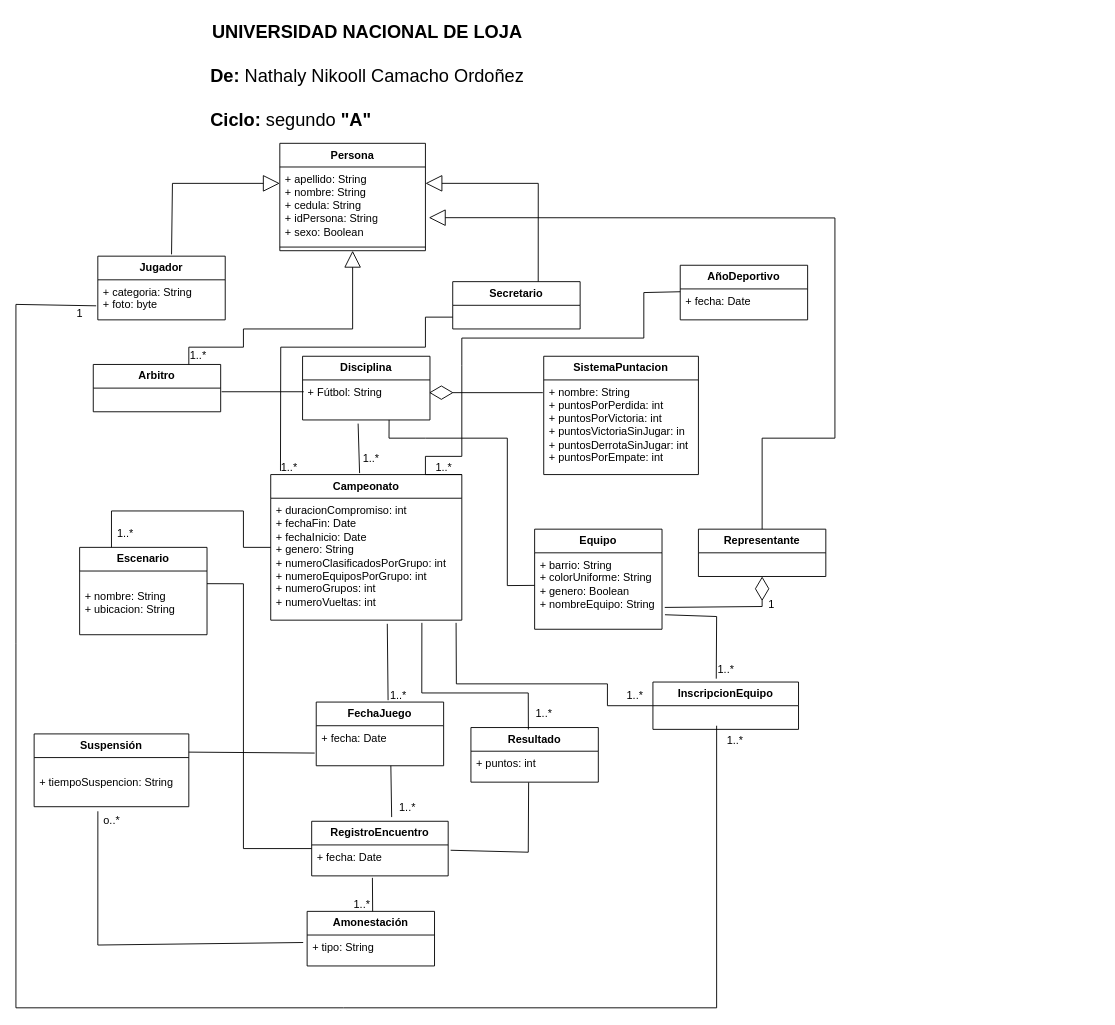
This is Deportes_POO.drawio from Nikooll/Deportes_POO, a draw.io file, before an edit. Source tidied: cells renumbered, new cells numbered last; positions are measured from the earlier drawing's top-left corner, leaving out a move shared by most shapes. Both pictures are drawn from the tidied source at 91%, with x=0, y=0 at pixel (15, 15).
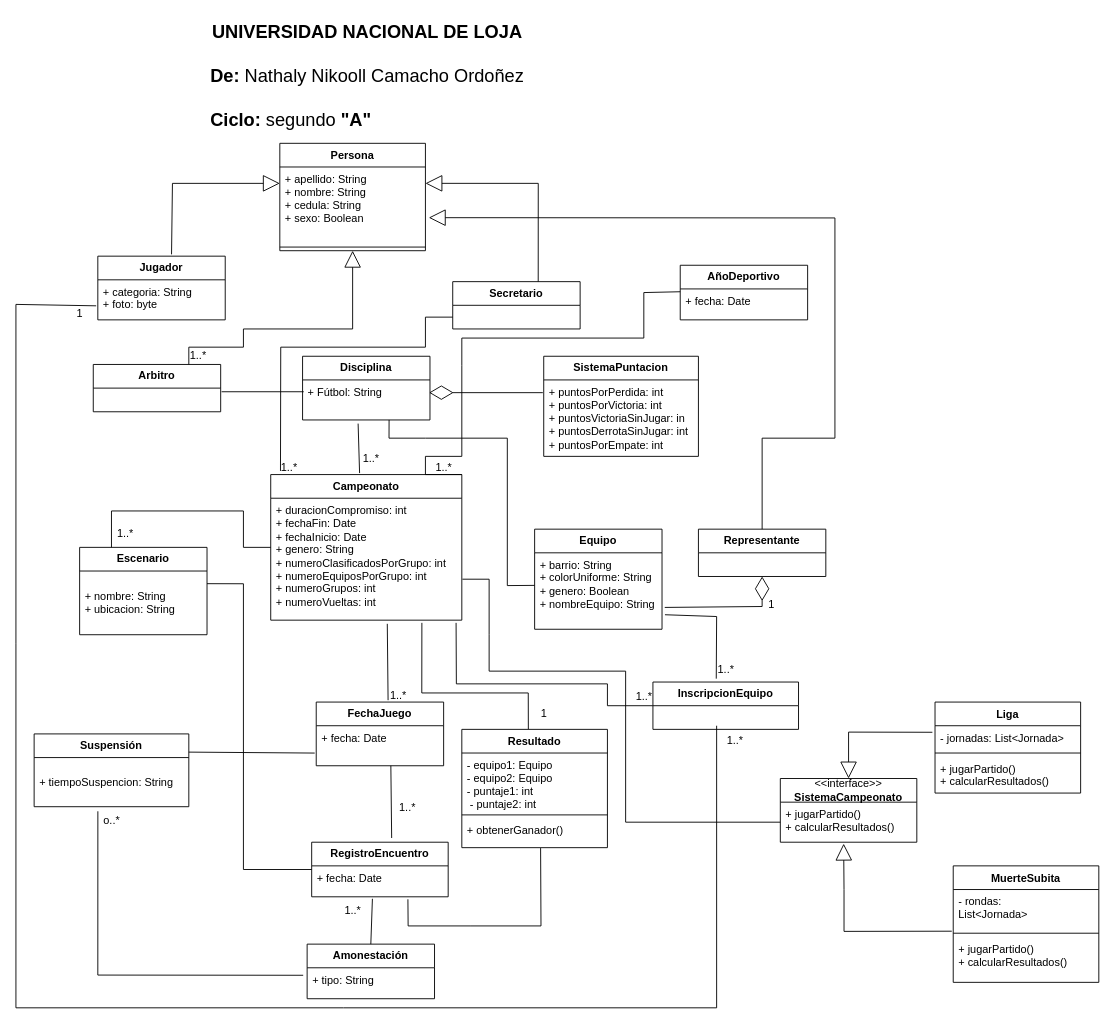
The same page after the edit.

Unchanged cells that the change refers to:
```xml
<mxCell id="2" value="Persona" style="swimlane;fontStyle=1;align=center;verticalAlign=top;horizontal=1;startSize=26;whiteSpace=wrap;html=1;" parent="1" vertex="1">
  <mxGeometry x="290" y="140" width="160" height="118" as="geometry" />
</mxCell>
<mxCell id="18" value="+ duracionCompromiso: int&lt;br&gt;+ fechaFin: Date&lt;br&gt;+ fechaInicio: Date&lt;br&gt;+ genero: String&lt;br&gt;+ numeroClasificadosPorGrupo: int&lt;br&gt;+ numeroEquiposPorGrupo: int&lt;br&gt;+ numeroGrupos: int&lt;br&gt;&lt;div&gt;+ numeroVueltas: int&lt;/div&gt;" style="text;strokeColor=none;fillColor=none;align=left;verticalAlign=top;spacingLeft=4;spacingRight=4;overflow=hidden;points=[[0,0.5],[1,0.5]];portConstraint=eastwest;whiteSpace=wrap;html=1;" parent="17" vertex="1">
  <mxGeometry y="26" width="210" height="134" as="geometry" />
</mxCell>
<mxCell id="40" value="+ fecha: Date " style="text;strokeColor=none;fillColor=none;align=left;verticalAlign=top;spacingLeft=4;spacingRight=4;overflow=hidden;points=[[0,0.5],[1,0.5]];portConstraint=eastwest;whiteSpace=wrap;html=1;" parent="39" vertex="1">
  <mxGeometry y="26" width="150" height="34" as="geometry" />
</mxCell>
<mxCell id="49" value="+ tipo: String" style="text;strokeColor=none;fillColor=none;align=left;verticalAlign=top;spacingLeft=4;spacingRight=4;overflow=hidden;points=[[0,0.5],[1,0.5]];portConstraint=eastwest;whiteSpace=wrap;html=1;" parent="48" vertex="1">
  <mxGeometry y="26" width="140" height="34" as="geometry" />
</mxCell>
<mxCell id="53" value="&lt;br&gt;+ tiempoSuspencion: String" style="text;strokeColor=none;fillColor=none;align=left;verticalAlign=top;spacingLeft=4;spacingRight=4;overflow=hidden;points=[[0,0.5],[1,0.5]];portConstraint=eastwest;whiteSpace=wrap;html=1;" parent="52" vertex="1">
  <mxGeometry y="26" width="170" height="54" as="geometry" />
</mxCell>
```

Diff of the diagram source:
```diff
@@
-    <mxCell id="3" value="&lt;div&gt;+ apellido: String&lt;/div&gt;&lt;div&gt;+ nombre: String&lt;/div&gt;+ cedula: String&lt;br&gt;+ idPersona: String&lt;br&gt;+ sexo: Boolean" style="text;strokeColor=none;fillColor=none;align=left;verticalAlign=top;spacingLeft=4;spacingRight=4;overflow=hidden;points=[[0,0.5],[1,0.5]];portConstraint=eastwest;whiteSpace=wrap;html=1;" parent="2" vertex="1">
+    <mxCell id="3" value="&lt;div&gt;+ apellido: String&lt;/div&gt;&lt;div&gt;+ nombre: String&lt;/div&gt;+ cedula: String&lt;br&gt;+ sexo: Boolean" style="text;strokeColor=none;fillColor=none;align=left;verticalAlign=top;spacingLeft=4;spacingRight=4;overflow=hidden;points=[[0,0.5],[1,0.5]];portConstraint=eastwest;whiteSpace=wrap;html=1;" parent="2" vertex="1">
       <mxGeometry y="26" width="160" height="84" as="geometry" />
     </mxCell>
@@
     <mxCell id="13" value="&lt;b&gt;SistemaPuntacion&lt;/b&gt;" style="swimlane;fontStyle=0;horizontal=1;startSize=26;fillColor=none;whiteSpace=wrap;html=1;" parent="1" vertex="1">
-      <mxGeometry x="580" y="374" width="170" height="130" as="geometry" />
+      <mxGeometry x="580" y="374" width="170" height="110" as="geometry" />
     </mxCell>
-    <mxCell id="14" value="+ nombre: String&lt;br&gt;+ puntosPorPerdida: int&lt;br&gt;+ puntosPorVictoria: int&lt;br&gt;&lt;div&gt;+ puntosVictoriaSinJugar: in&lt;/div&gt;&lt;div&gt;+ puntosDerrotaSinJugar: int&lt;br&gt;+ puntosPorEmpate: int&lt;/div&gt;" style="text;strokeColor=none;fillColor=none;align=left;verticalAlign=top;spacingLeft=4;spacingRight=4;overflow=hidden;whiteSpace=wrap;html=1;" parent="13" vertex="1">
-      <mxGeometry y="26" width="170" height="104" as="geometry" />
+    <mxCell id="14" value="+ puntosPorPerdida: int&lt;br&gt;+ puntosPorVictoria: int&lt;br&gt;&lt;div&gt;+ puntosVictoriaSinJugar: in&lt;/div&gt;&lt;div&gt;+ puntosDerrotaSinJugar: int&lt;br&gt;+ puntosPorEmpate: int&lt;/div&gt;" style="text;strokeColor=none;fillColor=none;align=left;verticalAlign=top;spacingLeft=4;spacingRight=4;overflow=hidden;whiteSpace=wrap;html=1;" parent="13" vertex="1">
+      <mxGeometry y="26" width="170" height="84" as="geometry" />
     </mxCell>
@@
-    <mxCell id="28" value="&lt;b&gt;Resultado&lt;/b&gt;" style="swimlane;fontStyle=0;horizontal=1;startSize=26;fillColor=none;whiteSpace=wrap;html=1;" parent="1" vertex="1">
-      <mxGeometry x="500" y="782" width="140" height="60" as="geometry" />
-    </mxCell>
-    <mxCell id="29" value="&lt;div&gt;+ puntos: int&lt;/div&gt;" style="text;strokeColor=none;fillColor=none;align=left;verticalAlign=top;spacingLeft=4;spacingRight=4;overflow=hidden;points=[[0,0.5],[1,0.5]];portConstraint=eastwest;whiteSpace=wrap;html=1;" parent="28" vertex="1">
-      <mxGeometry y="26" width="140" height="34" as="geometry" />
-    </mxCell>
-    <mxCell id="30" style="endArrow=none;html=1;rounded=0;exitX=0.451;exitY=0.036;exitDx=0;exitDy=0;exitPerimeter=0;entryX=0.791;entryY=1.022;entryDx=0;entryDy=0;entryPerimeter=0;" parent="1" edge="1" source="28" target="18">
+    <mxCell id="30" style="endArrow=none;html=1;rounded=0;exitX=0.451;exitY=0.036;exitDx=0;exitDy=0;exitPerimeter=0;entryX=0.791;entryY=1.022;entryDx=0;entryDy=0;entryPerimeter=0;" parent="1" edge="1" target="18">
       <mxGeometry relative="1" as="geometry">
+        <mxPoint x="563.1" y="784.2" as="sourcePoint" />
         <Array as="points">
           <mxPoint x="563" y="744" />
           <mxPoint x="446" y="744" />
         </Array>
       </mxGeometry>
     </mxCell>
-    <mxCell id="31" value="1..*" style="text;html=1;align=center;verticalAlign=middle;strokeColor=none;fillColor=none;" parent="1" vertex="1">
-      <mxGeometry x="560" y="752" width="40" height="30" as="geometry" />
+    <mxCell id="31" value="1" style="text;html=1;align=center;verticalAlign=middle;strokeColor=none;fillColor=none;" parent="1" vertex="1">
+      <mxGeometry x="565" y="752" width="30" height="30" as="geometry" />
     </mxCell>
@@
     <mxCell id="34" value="1..*" style="text;html=1;align=center;verticalAlign=middle;strokeColor=none;fillColor=none;" parent="1" vertex="1">
-      <mxGeometry x="660" y="732" width="40" height="30" as="geometry" />
+      <mxGeometry x="670" y="733" width="40" height="30" as="geometry" />
     </mxCell>
@@
     <mxCell id="39" value="&lt;b&gt;RegistroEncuentro&lt;/b&gt;" style="swimlane;fontStyle=0;horizontal=1;startSize=26;fillColor=none;whiteSpace=wrap;html=1;" parent="1" vertex="1">
-      <mxGeometry x="325" y="885" width="150" height="60" as="geometry" />
+      <mxGeometry x="325" y="908" width="150" height="60" as="geometry" />
     </mxCell>
@@
     <mxCell id="47" style="endArrow=none;html=1;rounded=0;exitX=1.023;exitY=0.215;exitDx=0;exitDy=0;exitPerimeter=0;entryX=0;entryY=0.5;entryDx=0;entryDy=0;" parent="1" edge="1" target="39">
       <mxGeometry relative="1" as="geometry">
         <mxPoint x="210" y="623.9" as="sourcePoint" />
         <Array as="points">
           <mxPoint x="250" y="624" />
-          <mxPoint x="250" y="915" />
+          <mxPoint x="250" y="938" />
         </Array>
       </mxGeometry>
     </mxCell>
     <mxCell id="48" value="&lt;b&gt;Amonestación&lt;/b&gt;" style="swimlane;fontStyle=0;horizontal=1;startSize=26;fillColor=none;whiteSpace=wrap;html=1;" parent="1" vertex="1">
-      <mxGeometry x="320" y="984" width="140" height="60" as="geometry" />
+      <mxGeometry x="320" y="1020" width="140" height="60" as="geometry" />
     </mxCell>
@@
-    <mxCell id="50" style="endArrow=none;html=1;rounded=0;entryX=0.445;entryY=1.064;entryDx=0;entryDy=0;entryPerimeter=0;" parent="1" edge="1" target="40">
-      <mxGeometry relative="1" as="geometry">
-        <mxPoint x="392" y="984" as="sourcePoint" />
-      </mxGeometry>
+    <mxCell id="50" style="endArrow=none;html=1;rounded=0;entryX=0.445;entryY=1.064;entryDx=0;entryDy=0;entryPerimeter=0;exitX=0.5;exitY=0;exitDx=0;exitDy=0;" parent="1" edge="1" source="48" target="40">
+      <mxGeometry relative="1" as="geometry" />
     </mxCell>
     <mxCell id="51" value="1..*" style="text;html=1;align=center;verticalAlign=middle;strokeColor=none;fillColor=none;" parent="1" vertex="1">
-      <mxGeometry x="360" y="962" width="40" height="30" as="geometry" />
+      <mxGeometry x="350" y="968" width="40" height="30" as="geometry" />
     </mxCell>
@@
     <mxCell id="54" style="endArrow=none;html=1;rounded=0;exitX=0.412;exitY=1.093;exitDx=0;exitDy=0;exitPerimeter=0;entryX=-0.031;entryY=0.242;entryDx=0;entryDy=0;entryPerimeter=0;" parent="1" edge="1" source="53" target="49">
       <mxGeometry relative="1" as="geometry">
         <Array as="points">
-          <mxPoint x="90" y="1021" />
+          <mxPoint x="90" y="1054" />
         </Array>
       </mxGeometry>
     </mxCell>
@@
-    <mxCell id="70" style="endArrow=none;html=1;rounded=0;exitX=1.018;exitY=0.172;exitDx=0;exitDy=0;entryX=0.453;entryY=1.011;entryDx=0;entryDy=0;entryPerimeter=0;exitPerimeter=0;" parent="1" edge="1" source="40" target="29">
+    <mxCell id="70" style="endArrow=none;html=1;rounded=0;exitX=0.705;exitY=1.081;exitDx=0;exitDy=0;entryX=0.541;entryY=1.014;entryDx=0;entryDy=0;entryPerimeter=0;exitPerimeter=0;" parent="1" edge="1" source="40" target="76">
       <mxGeometry relative="1" as="geometry">
         <Array as="points">
-          <mxPoint x="563" y="919" />
+          <mxPoint x="431" y="1000" />
+          <mxPoint x="500" y="1000" />
+          <mxPoint x="577" y="1000" />
         </Array>
       </mxGeometry>
     </mxCell>
@@
+    <mxCell id="72" value="&lt;div&gt;&amp;lt;&amp;lt;interface&amp;gt;&amp;gt;&lt;/div&gt;&lt;div&gt;&lt;b&gt;SistemaCampeonato&lt;/b&gt;&lt;br&gt;&lt;/div&gt;" style="swimlane;fontStyle=0;horizontal=1;startSize=26;fillColor=none;whiteSpace=wrap;html=1;" parent="1" vertex="1">
+      <mxGeometry x="840" y="838" width="150" height="70" as="geometry" />
+    </mxCell>
+    <mxCell id="73" value="+ jugarPartido()&lt;br&gt;+ calcularResultados()" style="text;strokeColor=none;fillColor=none;align=left;verticalAlign=top;spacingLeft=4;spacingRight=4;overflow=hidden;points=[[0,0.5],[1,0.5]];portConstraint=eastwest;whiteSpace=wrap;html=1;" parent="72" vertex="1">
+      <mxGeometry y="26" width="150" height="44" as="geometry" />
+    </mxCell>
+    <mxCell id="28" value="Resultado" style="swimlane;fontStyle=1;align=center;verticalAlign=top;horizontal=1;startSize=26;whiteSpace=wrap;html=1;" parent="1" vertex="1">
+      <mxGeometry x="490" y="784" width="160" height="130" as="geometry" />
+    </mxCell>
+    <mxCell id="74" value="- equipo1: Equipo&amp;nbsp; &amp;nbsp;&lt;br&gt;- equipo2: Equipo&amp;nbsp; &amp;nbsp;&lt;br&gt;- puntaje1: int&amp;nbsp;&amp;nbsp;&amp;nbsp; &amp;nbsp;&lt;br&gt;&amp;nbsp;- puntaje2: int" style="text;strokeColor=none;fillColor=none;align=left;verticalAlign=top;spacingLeft=4;spacingRight=4;overflow=hidden;whiteSpace=wrap;html=1;" parent="28" vertex="1">
+      <mxGeometry y="26" width="160" height="64" as="geometry" />
+    </mxCell>
+    <mxCell id="75" style="line;strokeWidth=1;fillColor=none;align=left;verticalAlign=middle;spacingTop=-1;spacingLeft=3;spacingRight=3;labelPosition=right;strokeColor=inherit;" parent="28" vertex="1">
+      <mxGeometry y="90" width="160" height="8" as="geometry" />
+    </mxCell>
+    <mxCell id="76" value="+ obtenerGanador() " style="text;strokeColor=none;fillColor=none;align=left;verticalAlign=top;spacingLeft=4;spacingRight=4;overflow=hidden;points=[[0,0.5],[1,0.5]];portConstraint=eastwest;whiteSpace=wrap;html=1;" parent="28" vertex="1">
+      <mxGeometry y="98" width="160" height="32" as="geometry" />
+    </mxCell>
+    <mxCell id="77" style="endArrow=none;html=1;rounded=0;exitX=0;exitY=0.5;exitDx=0;exitDy=0;entryX=1.003;entryY=0.664;entryDx=0;entryDy=0;entryPerimeter=0;" parent="1" edge="1" source="73" target="18">
+      <mxGeometry relative="1" as="geometry">
+        <Array as="points">
+          <mxPoint x="670" y="886" />
+          <mxPoint x="670" y="720" />
+          <mxPoint x="520" y="720" />
+          <mxPoint x="520" y="680" />
+          <mxPoint x="520" y="619" />
+        </Array>
+      </mxGeometry>
+    </mxCell>
+    <mxCell id="78" style="endArrow=block;endSize=16;endFill=0;html=1;rounded=0;exitX=-0.018;exitY=-0.068;exitDx=0;exitDy=0;exitPerimeter=0;entryX=0.5;entryY=0;entryDx=0;entryDy=0;" parent="1" edge="1" target="72">
+      <mxGeometry relative="1" as="geometry">
+        <mxPoint x="1007.1" y="787.2" as="sourcePoint" />
+        <Array as="points">
+          <mxPoint x="915" y="787" />
+        </Array>
+      </mxGeometry>
+    </mxCell>
+    <mxCell id="79" style="endArrow=block;endSize=16;endFill=0;html=1;rounded=0;entryX=0.464;entryY=1.036;entryDx=0;entryDy=0;entryPerimeter=0;exitX=-0.01;exitY=-0.124;exitDx=0;exitDy=0;exitPerimeter=0;" parent="1" edge="1" source="83" target="73">
+      <mxGeometry relative="1" as="geometry">
+        <Array as="points">
+          <mxPoint x="910" y="1006" />
+          <mxPoint x="910" y="960" />
+        </Array>
+      </mxGeometry>
+    </mxCell>
+    <mxCell id="80" value="MuerteSubita" style="swimlane;fontStyle=1;align=center;verticalAlign=top;horizontal=1;startSize=26;whiteSpace=wrap;html=1;" parent="1" vertex="1">
+      <mxGeometry x="1030" y="934" width="160" height="128" as="geometry" />
+    </mxCell>
+    <mxCell id="81" value="- rondas:&amp;nbsp;&amp;nbsp;&amp;nbsp; &amp;nbsp;&lt;br&gt;List&amp;lt;Jornada&amp;gt;" style="text;strokeColor=none;fillColor=none;align=left;verticalAlign=top;spacingLeft=4;spacingRight=4;overflow=hidden;whiteSpace=wrap;html=1;" parent="80" vertex="1">
+      <mxGeometry y="26" width="160" height="44" as="geometry" />
+    </mxCell>
+    <mxCell id="82" style="line;strokeWidth=1;fillColor=none;align=left;verticalAlign=middle;spacingTop=-1;spacingLeft=3;spacingRight=3;labelPosition=right;strokeColor=inherit;" parent="80" vertex="1">
+      <mxGeometry y="70" width="160" height="8" as="geometry" />
+    </mxCell>
+    <mxCell id="83" value="+ jugarPartido()&lt;br&gt;+ calcularResultados() " style="text;strokeColor=none;fillColor=none;align=left;verticalAlign=top;spacingLeft=4;spacingRight=4;overflow=hidden;points=[[0,0.5],[1,0.5]];portConstraint=eastwest;whiteSpace=wrap;html=1;" parent="80" vertex="1">
+      <mxGeometry y="78" width="160" height="50" as="geometry" />
+    </mxCell>
+    <mxCell id="84" value="Liga      " style="swimlane;fontStyle=1;align=center;verticalAlign=top;horizontal=1;startSize=26;whiteSpace=wrap;html=1;" parent="1" vertex="1">
+      <mxGeometry x="1010" y="754" width="160" height="100" as="geometry" />
+    </mxCell>
+    <mxCell id="85" value="- jornadas: List&amp;lt;Jornada&amp;gt;" style="text;strokeColor=none;fillColor=none;align=left;verticalAlign=top;spacingLeft=4;spacingRight=4;overflow=hidden;whiteSpace=wrap;html=1;" parent="84" vertex="1">
+      <mxGeometry y="26" width="160" height="26" as="geometry" />
+    </mxCell>
+    <mxCell id="86" style="line;strokeWidth=1;fillColor=none;align=left;verticalAlign=middle;spacingTop=-1;spacingLeft=3;spacingRight=3;labelPosition=right;strokeColor=inherit;" parent="84" vertex="1">
+      <mxGeometry y="52" width="160" height="8" as="geometry" />
+    </mxCell>
+    <mxCell id="87" value="+ jugarPartido()&lt;br&gt;+ calcularResultados() " style="text;strokeColor=none;fillColor=none;align=left;verticalAlign=top;spacingLeft=4;spacingRight=4;overflow=hidden;whiteSpace=wrap;html=1;" parent="84" vertex="1">
+      <mxGeometry y="60" width="160" height="40" as="geometry" />
+    </mxCell>
```
